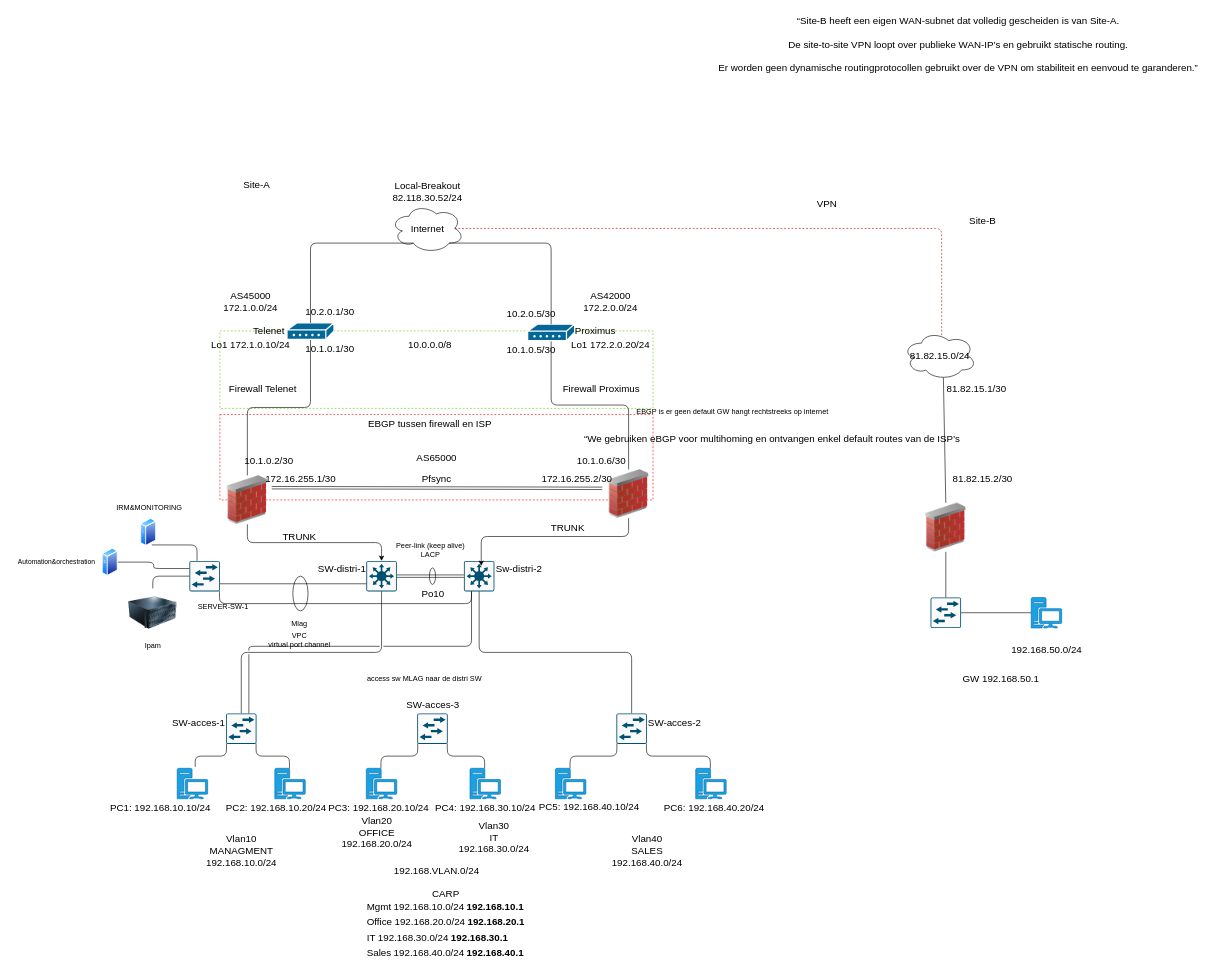
Earlier version of the draw.io diagram Eindwerk.drawio (S-Eris/Network-Engineer-Eindproef). Source tidied: cells renumbered, new cells numbered last; positions are measured from the earlier drawing's top-left corner, leaving out a move shared by most shapes. Both pictures are drawn from the tidied source at 61%, with x=0, y=0 at pixel (10, 10).
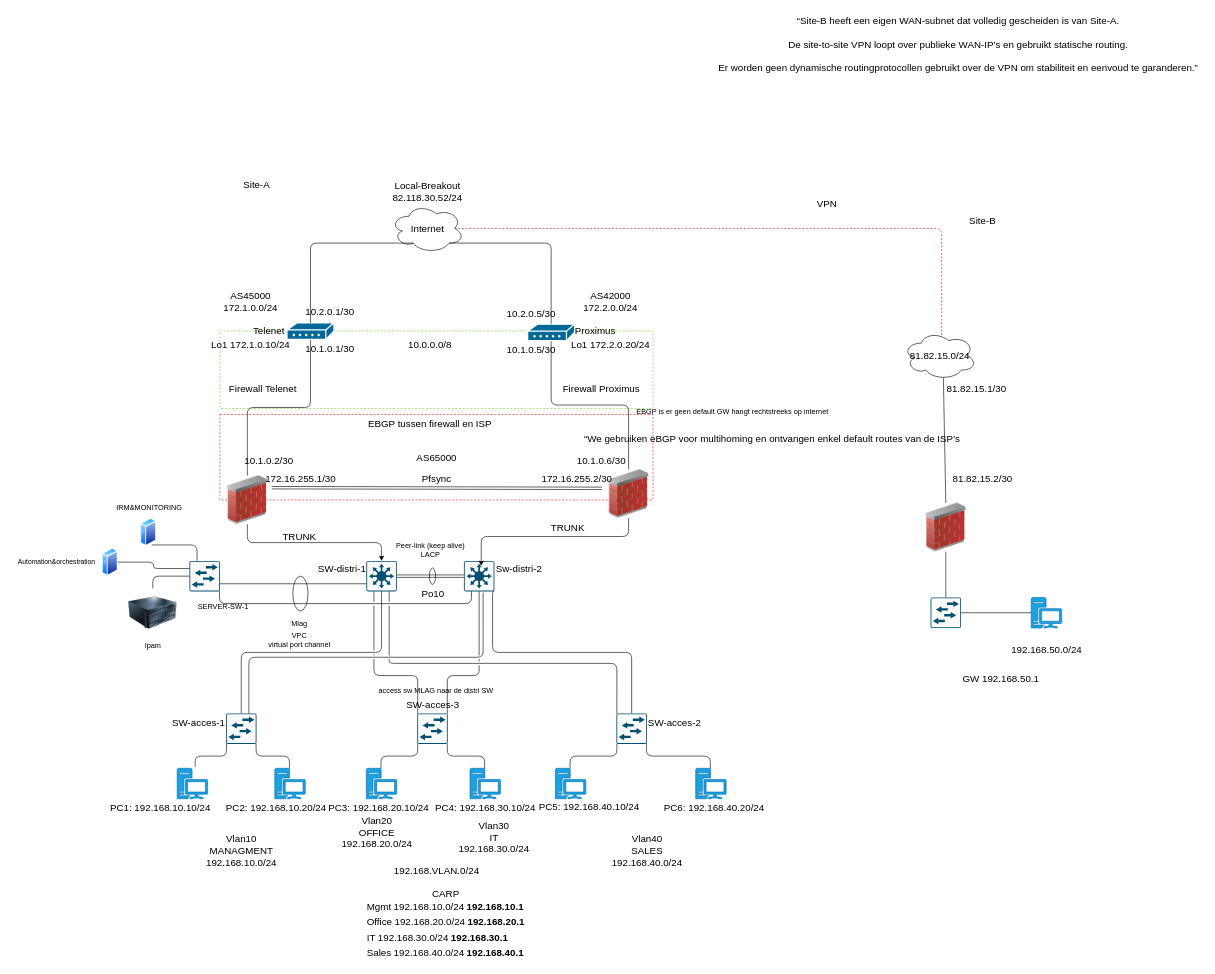
The same page after the edit.

Commit message:
Toevoeging MLAG en de verbindingen van access-sw naar distri-sw

The change refers to these unchanged cells:
```xml
<mxCell id="14" style="sketch=0;points=[[0.015,0.015,0],[0.985,0.015,0],[0.985,0.985,0],[0.015,0.985,0],[0.25,0,0],[0.5,0,0],[0.75,0,0],[1,0.25,0],[1,0.5,0],[1,0.75,0],[0.75,1,0],[0.5,1,0],[0.25,1,0],[0,0.75,0],[0,0.5,0],[0,0.25,0]];verticalLabelPosition=bottom;html=1;verticalAlign=top;align=center;shape=mxgraph.cisco19.rect;prIcon=l3_switch;fillColor=#FAFAFA;strokeColor=#005073;fontSize=16;" parent="1" vertex="1">
  <mxGeometry x="583" y="902" width="50" height="50" as="geometry" />
</mxCell>
<mxCell id="15" style="sketch=0;points=[[0.015,0.015,0],[0.985,0.015,0],[0.985,0.985,0],[0.015,0.985,0],[0.25,0,0],[0.5,0,0],[0.75,0,0],[1,0.25,0],[1,0.5,0],[1,0.75,0],[0.75,1,0],[0.5,1,0],[0.25,1,0],[0,0.75,0],[0,0.5,0],[0,0.25,0]];verticalLabelPosition=bottom;html=1;verticalAlign=top;align=center;shape=mxgraph.cisco19.rect;prIcon=l3_switch;fillColor=#FAFAFA;strokeColor=#005073;fontSize=16;" parent="1" vertex="1">
  <mxGeometry x="743" y="902" width="50" height="50" as="geometry" />
</mxCell>
<mxCell id="22" style="sketch=0;points=[[0.015,0.015,0],[0.985,0.015,0],[0.985,0.985,0],[0.015,0.985,0],[0.25,0,0],[0.5,0,0],[0.75,0,0],[1,0.25,0],[1,0.5,0],[1,0.75,0],[0.75,1,0],[0.5,1,0],[0.25,1,0],[0,0.75,0],[0,0.5,0],[0,0.25,0]];verticalLabelPosition=bottom;html=1;verticalAlign=top;align=center;shape=mxgraph.cisco19.rect;prIcon=l2_switch;fillColor=#FAFAFA;strokeColor=#005073;fontSize=16;" parent="1" vertex="1">
  <mxGeometry x="353" y="1152" width="50" height="50" as="geometry" />
</mxCell>
<mxCell id="23" style="sketch=0;points=[[0.015,0.015,0],[0.985,0.015,0],[0.985,0.985,0],[0.015,0.985,0],[0.25,0,0],[0.5,0,0],[0.75,0,0],[1,0.25,0],[1,0.5,0],[1,0.75,0],[0.75,1,0],[0.5,1,0],[0.25,1,0],[0,0.75,0],[0,0.5,0],[0,0.25,0]];verticalLabelPosition=bottom;html=1;verticalAlign=top;align=center;shape=mxgraph.cisco19.rect;prIcon=l2_switch;fillColor=#FAFAFA;strokeColor=#005073;fontSize=16;" parent="1" vertex="1">
  <mxGeometry x="993" y="1152" width="50" height="50" as="geometry" />
</mxCell>
<mxCell id="30" style="sketch=0;points=[[0.015,0.015,0],[0.985,0.015,0],[0.985,0.985,0],[0.015,0.985,0],[0.25,0,0],[0.5,0,0],[0.75,0,0],[1,0.25,0],[1,0.5,0],[1,0.75,0],[0.75,1,0],[0.5,1,0],[0.25,1,0],[0,0.75,0],[0,0.5,0],[0,0.25,0]];verticalLabelPosition=bottom;html=1;verticalAlign=top;align=center;shape=mxgraph.cisco19.rect;prIcon=l2_switch;fillColor=#FAFAFA;strokeColor=#005073;fontSize=16;" parent="1" vertex="1">
  <mxGeometry x="666.5" y="1152" width="50" height="50" as="geometry" />
</mxCell>
```

What changed in the source:
```diff
@@
-    <mxCell id="19" style="edgeStyle=orthogonalEdgeStyle;rounded=1;jettySize=auto;html=1;exitX=0.5;exitY=1;exitDx=0;exitDy=0;exitPerimeter=0;entryX=0.5;entryY=0;entryDx=0;entryDy=0;entryPerimeter=0;curved=0;endArrow=none;endFill=1;startFill=0;fontSize=16;" parent="1" edge="1" source="15" target="23">
-      <mxGeometry relative="1" as="geometry" />
+    <mxCell id="19" style="edgeStyle=orthogonalEdgeStyle;rounded=1;jettySize=auto;html=1;exitX=0.985;exitY=0.985;exitDx=0;exitDy=0;exitPerimeter=0;entryX=0.5;entryY=0;entryDx=0;entryDy=0;entryPerimeter=0;curved=0;endArrow=none;endFill=1;startFill=0;fontSize=16;" parent="1" edge="1" source="15" target="23">
+      <mxGeometry relative="1" as="geometry">
+        <Array as="points">
+          <mxPoint x="790" y="951" />
+          <mxPoint x="790" y="1052" />
+          <mxPoint x="1018" y="1052" />
+        </Array>
+      </mxGeometry>
     </mxCell>
@@
     <mxCell id="112" value="access sw MLAG naar de distri SW" style="text;html=1;align=center;verticalAlign=middle;strokeColor=none;fillColor=none;" parent="1" vertex="1">
-      <mxGeometry x="573" y="1080" width="210" height="30" as="geometry" />
+      <mxGeometry x="591.5" y="1100" width="210" height="30" as="geometry" />
     </mxCell>
-    <mxCell id="113" style="edgeStyle=orthogonalEdgeStyle;rounded=1;jettySize=auto;html=1;exitX=0.75;exitY=0;exitDx=0;exitDy=0;exitPerimeter=0;entryX=0.25;entryY=1;entryDx=0;entryDy=0;entryPerimeter=0;curved=0;jumpStyle=gap;endArrow=none;startFill=0;" parent="1" edge="1" source="22" target="15">
+    <mxCell id="113" style="rounded=1;jettySize=auto;html=1;exitX=0.75;exitY=0;exitDx=0;exitDy=0;exitPerimeter=0;entryX=0.629;entryY=1.037;entryDx=0;entryDy=0;entryPerimeter=0;jumpStyle=gap;endArrow=none;startFill=0;edgeStyle=orthogonalEdgeStyle;" parent="1" edge="1" source="22" target="15">
       <mxGeometry relative="1" as="geometry">
         <Array as="points">
-          <mxPoint x="391" y="1042" />
-          <mxPoint x="756" y="1042" />
+          <mxPoint x="391" y="1060" />
+          <mxPoint x="775" y="1060" />
         </Array>
       </mxGeometry>
     </mxCell>
@@
+    <mxCell id="117" style="edgeStyle=orthogonalEdgeStyle;shape=connector;curved=0;rounded=1;jumpStyle=gap;jettySize=auto;html=1;exitX=0.015;exitY=0.015;exitDx=0;exitDy=0;exitPerimeter=0;entryX=0.75;entryY=1;entryDx=0;entryDy=0;entryPerimeter=0;strokeColor=default;align=center;verticalAlign=middle;fontFamily=Helvetica;fontSize=11;fontColor=default;labelBackgroundColor=default;startFill=0;endArrow=none;" parent="1" edge="1" source="23" target="14">
+      <mxGeometry relative="1" as="geometry">
+        <Array as="points">
+          <mxPoint x="994" y="1070" />
+          <mxPoint x="621" y="1070" />
+        </Array>
+      </mxGeometry>
+    </mxCell>
+    <mxCell id="118" style="edgeStyle=orthogonalEdgeStyle;shape=connector;curved=0;rounded=1;jumpStyle=gap;jettySize=auto;html=1;exitX=0.985;exitY=0.015;exitDx=0;exitDy=0;exitPerimeter=0;entryX=0.5;entryY=1;entryDx=0;entryDy=0;entryPerimeter=0;strokeColor=default;align=center;verticalAlign=middle;fontFamily=Helvetica;fontSize=11;fontColor=default;labelBackgroundColor=default;startFill=0;endArrow=none;" parent="1" edge="1" source="30" target="15">
+      <mxGeometry relative="1" as="geometry">
+        <Array as="points">
+          <mxPoint x="716" y="1090" />
+          <mxPoint x="768" y="1090" />
+        </Array>
+      </mxGeometry>
+    </mxCell>
+    <mxCell id="119" style="edgeStyle=orthogonalEdgeStyle;shape=connector;curved=0;rounded=1;jumpStyle=gap;jettySize=auto;html=1;exitX=0.015;exitY=0.015;exitDx=0;exitDy=0;exitPerimeter=0;entryX=0.25;entryY=1;entryDx=0;entryDy=0;entryPerimeter=0;strokeColor=default;align=center;verticalAlign=middle;fontFamily=Helvetica;fontSize=11;fontColor=default;labelBackgroundColor=default;startFill=0;endArrow=none;" parent="1" edge="1" source="30" target="14">
+      <mxGeometry relative="1" as="geometry">
+        <Array as="points">
+          <mxPoint x="667" y="1090" />
+          <mxPoint x="595" y="1090" />
+        </Array>
+      </mxGeometry>
+    </mxCell>
```
